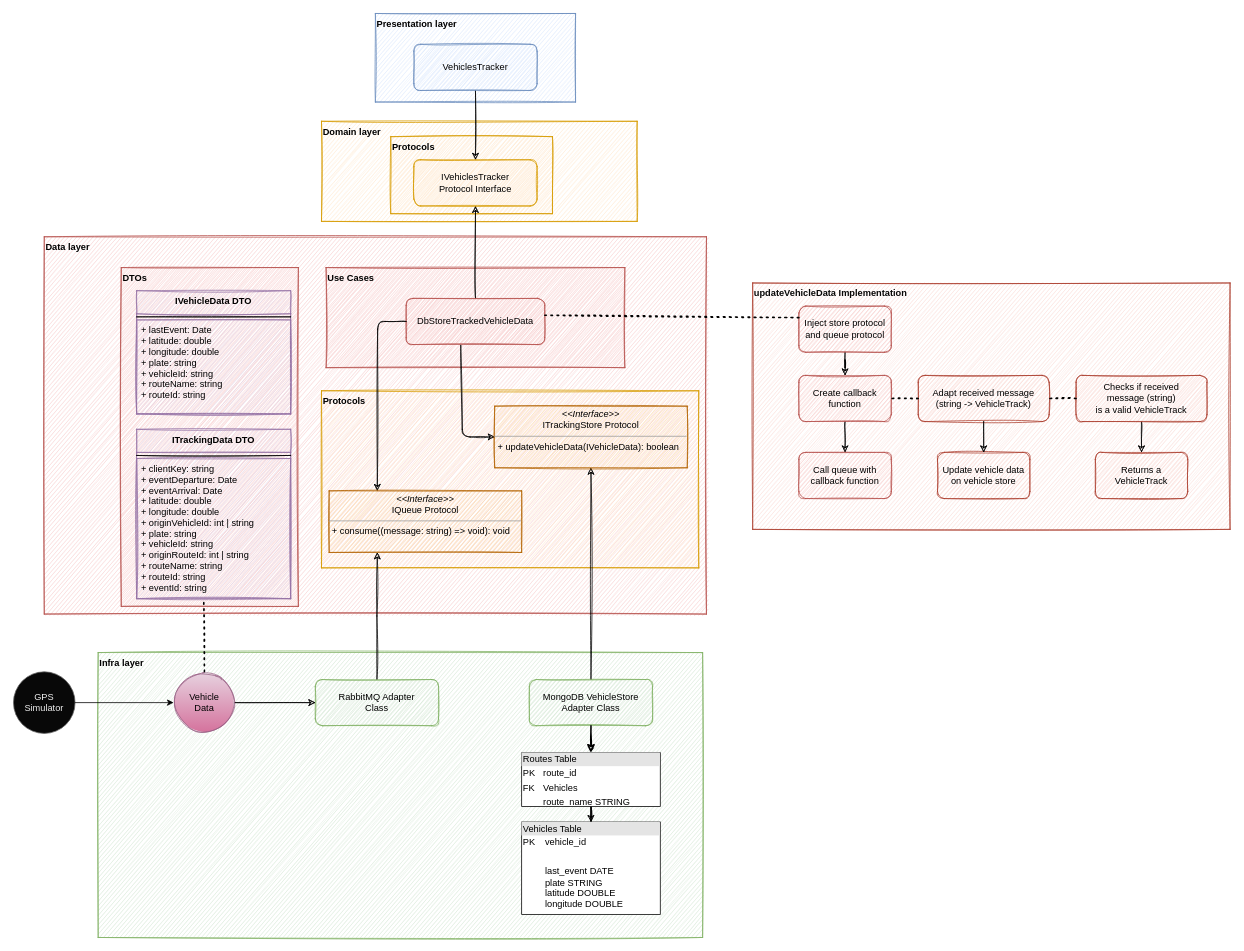
atreib/tracking-env keeps this draw.io diagram as tracking-receiver/docs/tracking-receiver.drawio. Above is the earlier version. Source tidied: cells renumbered, new cells numbered last; positions are measured from the earlier drawing's top-left corner, leaving out a move shared by most shapes. Both pictures are drawn from the tidied source at 77%, with x=0, y=0 at pixel (13, 13).
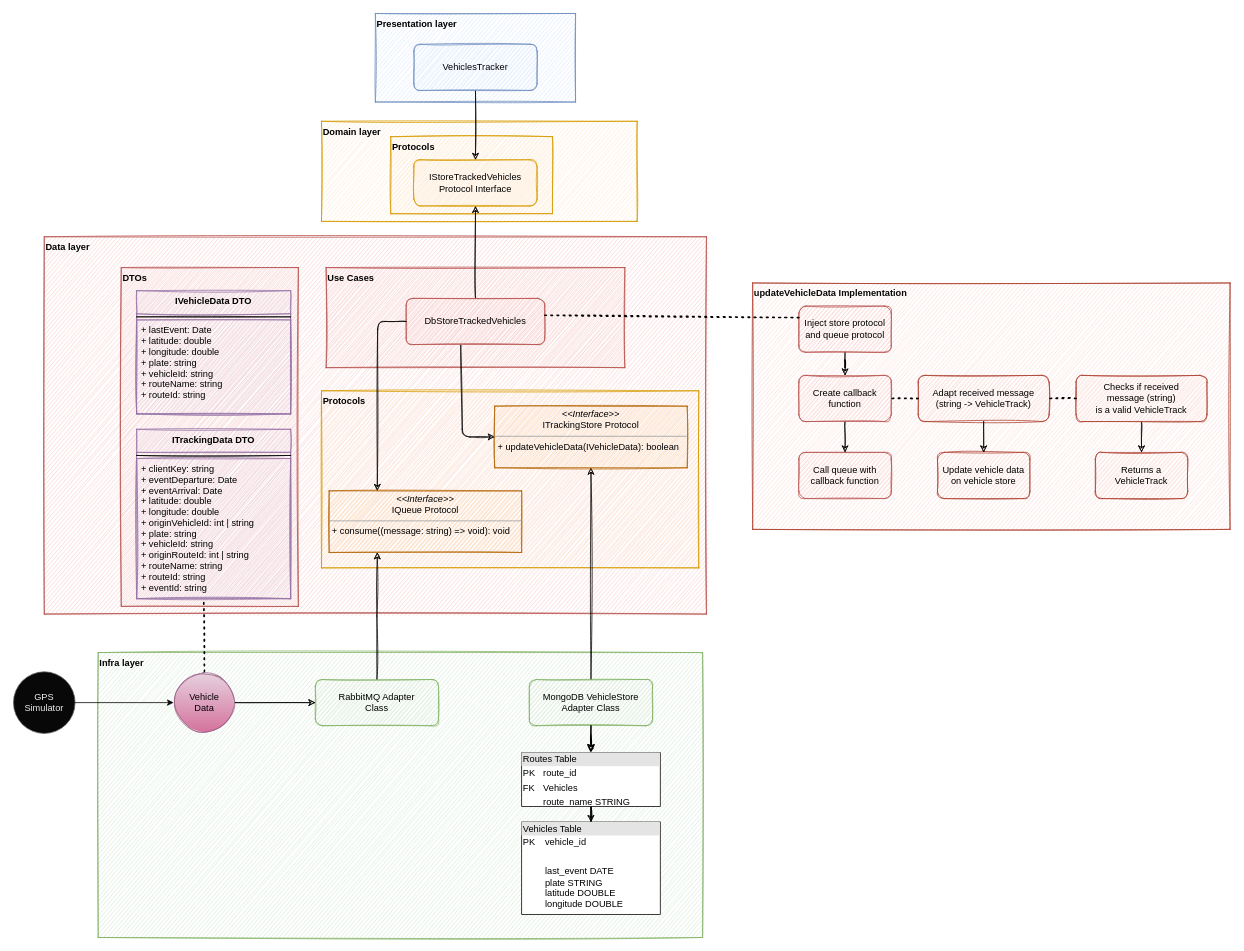
After the change.

What changed in the source:
```diff
@@
-    <mxCell id="17" value="DbStoreTrackedVehicleData" style="rounded=1;whiteSpace=wrap;html=1;sketch=1;fillColor=#f8cecc;strokeColor=#b85450;" parent="1" vertex="1">
+    <mxCell id="17" value="DbStoreTrackedVehicles" style="rounded=1;whiteSpace=wrap;html=1;sketch=1;fillColor=#f8cecc;strokeColor=#b85450;" parent="1" vertex="1">
       <mxGeometry x="510" y="370" width="180" height="60" as="geometry" />
     </mxCell>
@@
-    <mxCell id="22" value="IVehiclesTracker &lt;br&gt;Protocol Interface" style="rounded=1;whiteSpace=wrap;html=1;sketch=1;fillColor=#ffe6cc;strokeColor=#d79b00;" parent="1" vertex="1">
+    <mxCell id="22" value="IStoreTrackedVehicles&lt;br&gt;Protocol Interface" style="rounded=1;whiteSpace=wrap;html=1;sketch=1;fillColor=#ffe6cc;strokeColor=#d79b00;" parent="1" vertex="1">
       <mxGeometry x="520" y="190" width="160" height="60" as="geometry" />
     </mxCell>
```
